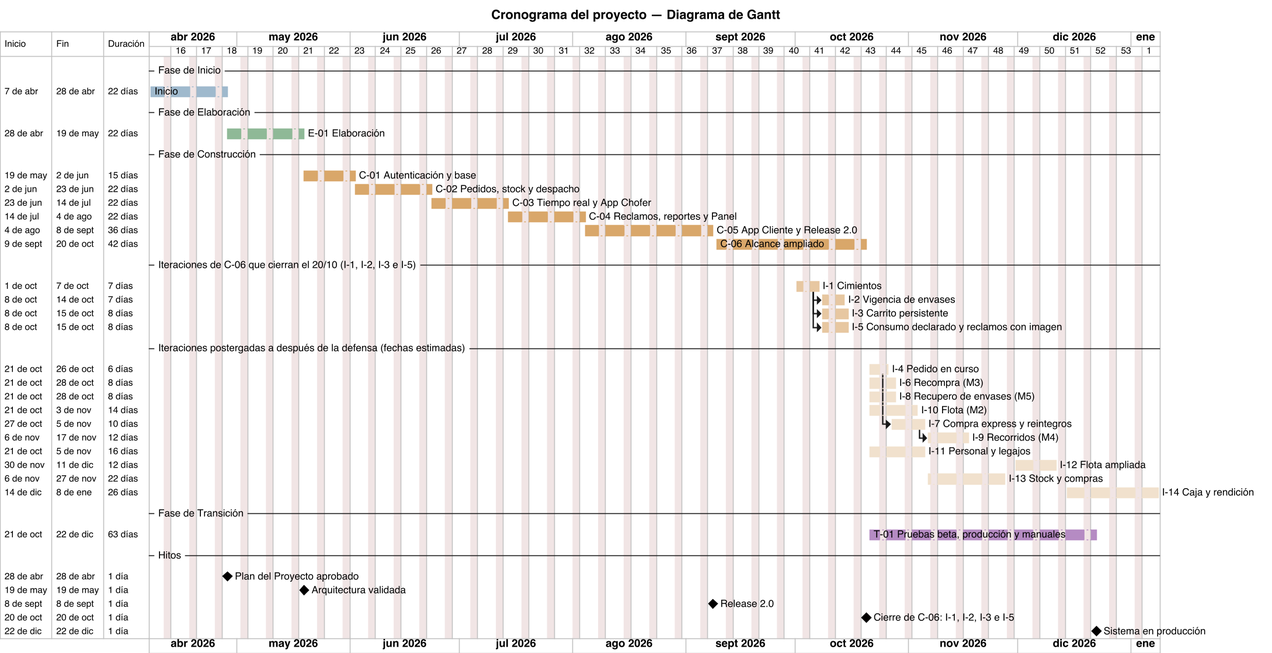
The PlantUML diagram diagramas/uml/UML_Gantt.png in Nahuelito-Dev/splg-docs, before a commit.
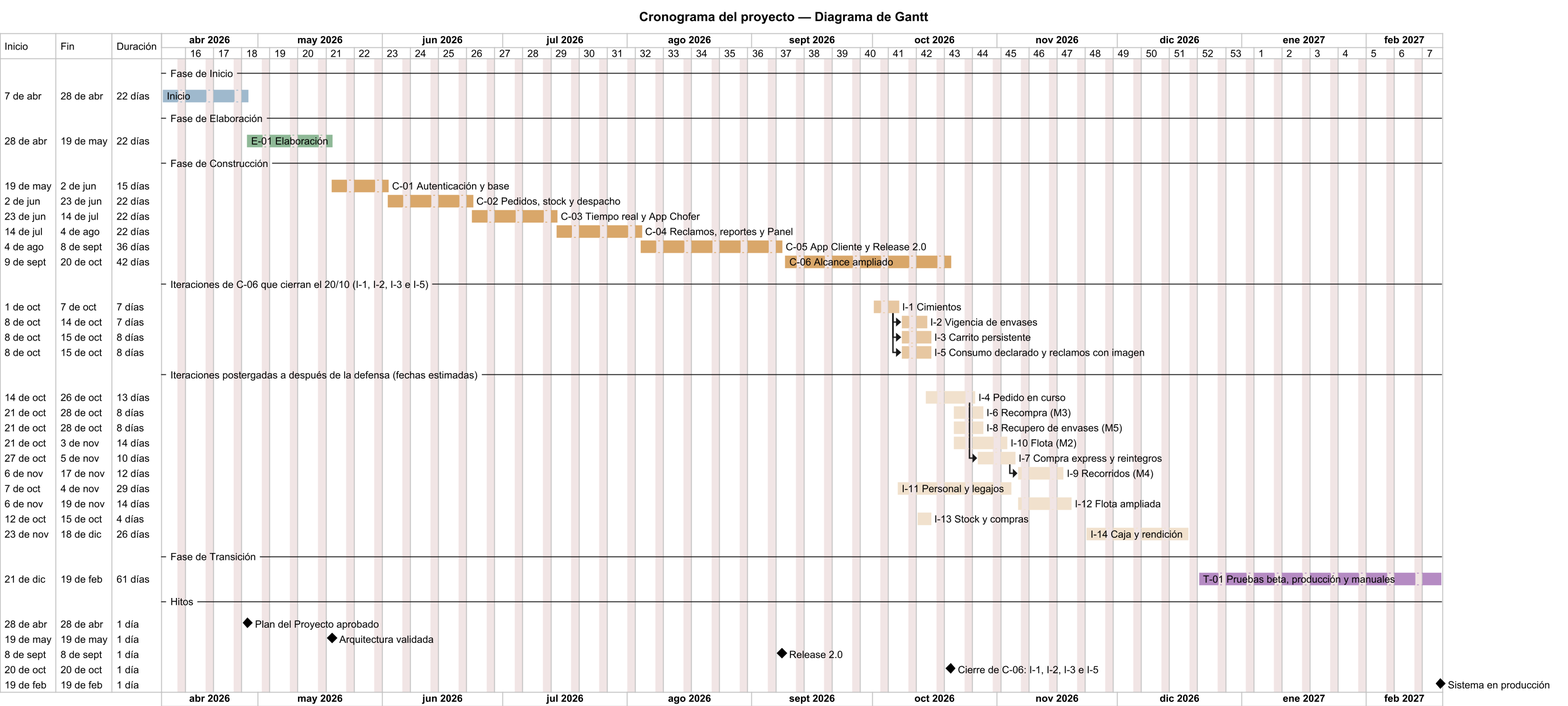
The same file after the commit.

The edit, as a diff of the source:
```diff
@@ -1,7 +1,9 @@
 @startgantt
 title Cronograma del proyecto — Diagrama de Gantt
 skinparam backgroundColor #FFFFFF
-skinparam defaultFontName Helvetica
+skinparam shadowing false
+skinparam defaultFontName Arial
+skinparam defaultFontSize 11
 skinparam dpi 150
 Project starts 2026-04-07
 printscale weekly
@@ -38,16 +40,16 @@
 [I3] is colored in #E6C7A0
 [I5] is colored in #E6C7A0
 -- Iteraciones postergadas a después de la defensa (fechas estimadas) --
-[I-4 Pedido en curso] as [I4] starts 2026-10-21 and lasts 4 days
+[I-4 Pedido en curso] as [I4] starts 2026-10-14 and lasts 9 days
 [I-6 Recompra (M3)] as [I6] starts 2026-10-21 and lasts 6 days
 [I-8 Recupero de envases (M5)] as [I8] starts 2026-10-21 and lasts 6 days
 [I-10 Flota (M2)] as [I10] starts 2026-10-21 and lasts 10 days
 [I-7 Compra express y reintegros] as [I7] starts at [I4]'s end and lasts 8 days
 [I-9 Recorridos (M4)] as [I9] starts at [I7]'s end and lasts 8 days
-[I-11 Personal y legajos] as [I11] starts 2026-10-21 and lasts 12 days
-[I-12 Flota ampliada] as [I12] starts 2026-11-30 and lasts 10 days
-[I-13 Stock y compras] as [I13] starts 2026-11-06 and lasts 16 days
-[I-14 Caja y rendición] as [I14] starts 2026-12-14 and lasts 20 days
+[I-11 Personal y legajos] as [I11] starts 2026-10-07 and lasts 21 days
+[I-12 Flota ampliada] as [I12] starts 2026-11-06 and lasts 10 days
+[I-13 Stock y compras] as [I13] starts 2026-10-11 and lasts 4 days
+[I-14 Caja y rendición] as [I14] starts 2026-11-23 and lasts 20 days
 [I4] is colored in #F0E1CC
 [I6] is colored in #F0E1CC
 [I7] is colored in #F0E1CC
@@ -59,7 +61,7 @@
 [I13] is colored in #F0E1CC
 [I14] is colored in #F0E1CC
 -- Fase de Transición --
-[T-01 Pruebas beta, producción y manuales] as [T01] starts 2026-10-21 and ends 2026-12-22
+[T-01 Pruebas beta, producción y manuales] as [T01] starts 2026-12-21 and ends 2027-02-19
 [T01] is colored in #B58AC2
 
 -- Hitos --
@@ -67,5 +69,5 @@
 [Arquitectura validada] happens 2026-05-19
 [Release 2.0] happens 2026-09-08
 [Cierre de C-06: I-1, I-2, I-3 e I-5] happens 2026-10-20
-[Sistema en producción] happens 2026-12-22
+[Sistema en producción] happens 2027-02-19
 @endgantt
```
